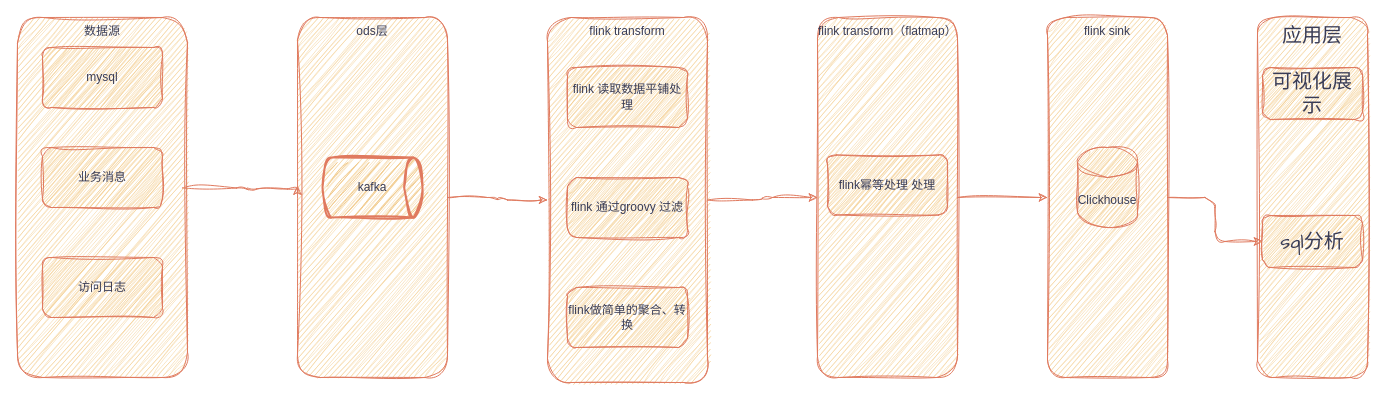
The draw.io diagram flink实时数据仓库.drawio in seuzxc/book, before the edit. Source tidied: cells renumbered, new cells numbered last; positions are measured from the earlier drawing's top-left corner, leaving out a move shared by most shapes. Both pictures are drawn from the tidied source at 100%, with x=0, y=0 at pixel (17, 17).
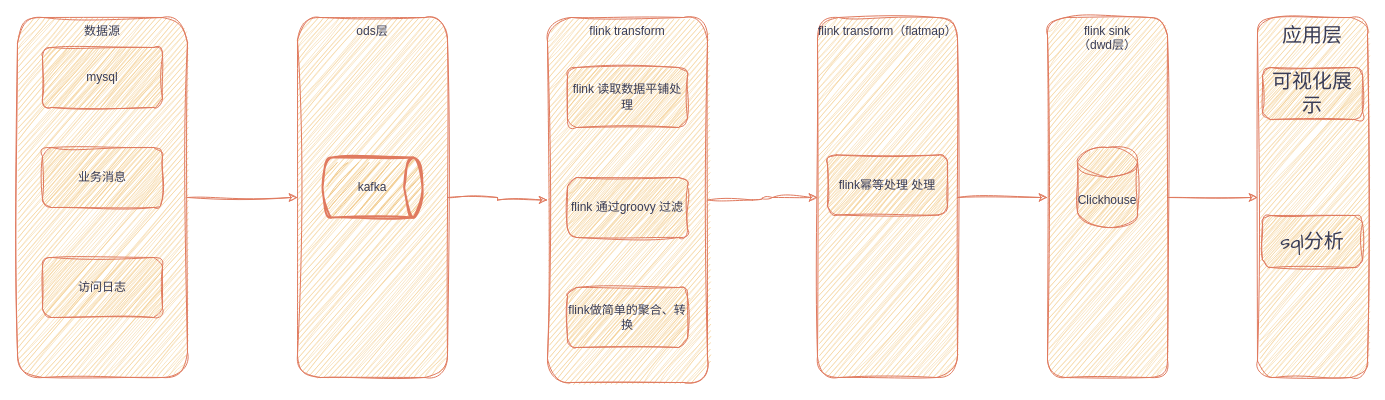
After the change.

Commit message:
更新flink实时数据仓库.drawio

Unchanged cells that the change refers to:
```xml
<mxCell id="3" value="数据源" style="rounded=1;whiteSpace=wrap;html=1;strokeColor=#E07A5F;fontColor=#393C56;fillColor=#F2CC8F;verticalAlign=top;sketch=1;curveFitting=1;jiggle=2;labelBackgroundColor=none;" parent="1" vertex="1">
  <mxGeometry width="170" height="360" as="geometry" />
</mxCell>
<mxCell id="8" value="ods层" style="rounded=1;whiteSpace=wrap;html=1;strokeColor=#E07A5F;fontColor=#393C56;fillColor=#F2CC8F;verticalAlign=top;sketch=1;curveFitting=1;jiggle=2;labelBackgroundColor=none;" parent="1" vertex="1">
  <mxGeometry x="280" width="150" height="360" as="geometry" />
</mxCell>
<mxCell id="11" value="flink transform" style="rounded=1;whiteSpace=wrap;html=1;strokeColor=#E07A5F;fontColor=#393C56;fillColor=#F2CC8F;verticalAlign=top;sketch=1;curveFitting=1;jiggle=2;labelBackgroundColor=none;" parent="1" vertex="1">
  <mxGeometry x="530" width="160" height="365" as="geometry" />
</mxCell>
<mxCell id="20" value="应用层" style="rounded=1;whiteSpace=wrap;html=1;sketch=1;hachureGap=4;jiggle=2;curveFitting=1;strokeColor=#E07A5F;fontFamily=Architects Daughter;fontSize=20;fontColor=#393C56;fillColor=#F2CC8F;verticalAlign=top;" parent="1" vertex="1">
  <mxGeometry x="1240" width="110" height="360" as="geometry" />
</mxCell>
<mxCell id="22" value="sql分析" style="rounded=1;whiteSpace=wrap;html=1;sketch=1;hachureGap=4;jiggle=2;curveFitting=1;strokeColor=#E07A5F;fontFamily=Architects Daughter;fontSize=20;fontColor=#393C56;fillColor=#F2CC8F;" parent="1" vertex="1">
  <mxGeometry x="1245" y="198" width="100" height="52" as="geometry" />
</mxCell>
```

Diff of the diagram source:
```diff
@@
-    <mxCell id="2" style="edgeStyle=orthogonalEdgeStyle;rounded=1;orthogonalLoop=1;jettySize=auto;html=1;strokeColor=#E07A5F;fontColor=default;fillColor=#F2CC8F;sketch=1;curveFitting=1;jiggle=2;labelBackgroundColor=none;" parent="1" edge="1">
-      <mxGeometry relative="1" as="geometry">
-        <mxPoint x="165" y="170.5" as="sourcePoint" />
-        <mxPoint x="280" y="168.5" as="targetPoint" />
-        <Array as="points">
-          <mxPoint x="229" y="170.5" />
-          <mxPoint x="291" y="171.5" />
-        </Array>
-      </mxGeometry>
-    </mxCell>
+    <mxCell id="24" style="edgeStyle=orthogonalEdgeStyle;rounded=0;sketch=1;hachureGap=4;jiggle=2;curveFitting=1;jettySize=auto;html=1;exitX=1;exitY=0.5;exitDx=0;exitDy=0;entryX=0;entryY=0.5;entryDx=0;entryDy=0;fontFamily=Architects Daughter;fontSize=16;fillColor=#ffe6cc;strokeColor=#E07A5F;" parent="1" edge="1" source="3" target="8">
+      <mxGeometry relative="1" as="geometry" />
+    </mxCell>
@@
-    <mxCell id="7" style="edgeStyle=orthogonalEdgeStyle;rounded=1;jettySize=auto;html=1;strokeColor=#E07A5F;fontColor=default;fillColor=#F2CC8F;sketch=1;curveFitting=1;jiggle=2;labelBackgroundColor=none;" parent="1" edge="1" source="8" target="11">
+    <mxCell id="7" style="edgeStyle=orthogonalEdgeStyle;rounded=0;sketch=1;hachureGap=4;jiggle=2;curveFitting=1;jettySize=auto;html=1;entryX=0;entryY=0.5;entryDx=0;entryDy=0;fontFamily=Architects Daughter;fontSize=16;strokeColor=#E07A5F;" parent="1" edge="1" source="8" target="11">
       <mxGeometry relative="1" as="geometry" />
     </mxCell>
@@
-    <mxCell id="17" style="edgeStyle=orthogonalEdgeStyle;rounded=1;sketch=1;hachureGap=4;jiggle=2;curveFitting=1;jettySize=auto;html=1;strokeColor=#E07A5F;fontFamily=Architects Daughter;fontSize=16;fontColor=#393C56;fillColor=#F2CC8F;" parent="1" edge="1" source="18" target="22">
+    <mxCell id="17" style="edgeStyle=orthogonalEdgeStyle;rounded=1;sketch=1;hachureGap=4;jiggle=2;curveFitting=1;jettySize=auto;html=1;strokeColor=#E07A5F;fontFamily=Architects Daughter;fontSize=16;fontColor=#393C56;fillColor=#F2CC8F;entryX=0;entryY=0.5;entryDx=0;entryDy=0;" parent="1" edge="1" source="18" target="20">
       <mxGeometry relative="1" as="geometry" />
     </mxCell>
-    <mxCell id="18" value="flink sink" style="rounded=1;whiteSpace=wrap;html=1;strokeColor=#E07A5F;fontColor=#393C56;fillColor=#F2CC8F;verticalAlign=top;sketch=1;curveFitting=1;jiggle=2;labelBackgroundColor=none;" parent="1" vertex="1">
+    <mxCell id="18" value="flink sink&lt;br&gt;（dwd层）" style="rounded=1;whiteSpace=wrap;html=1;strokeColor=#E07A5F;fontColor=#393C56;fillColor=#F2CC8F;verticalAlign=top;sketch=1;curveFitting=1;jiggle=2;labelBackgroundColor=none;" parent="1" vertex="1">
       <mxGeometry x="1030" width="120" height="360" as="geometry" />
     </mxCell>
```
